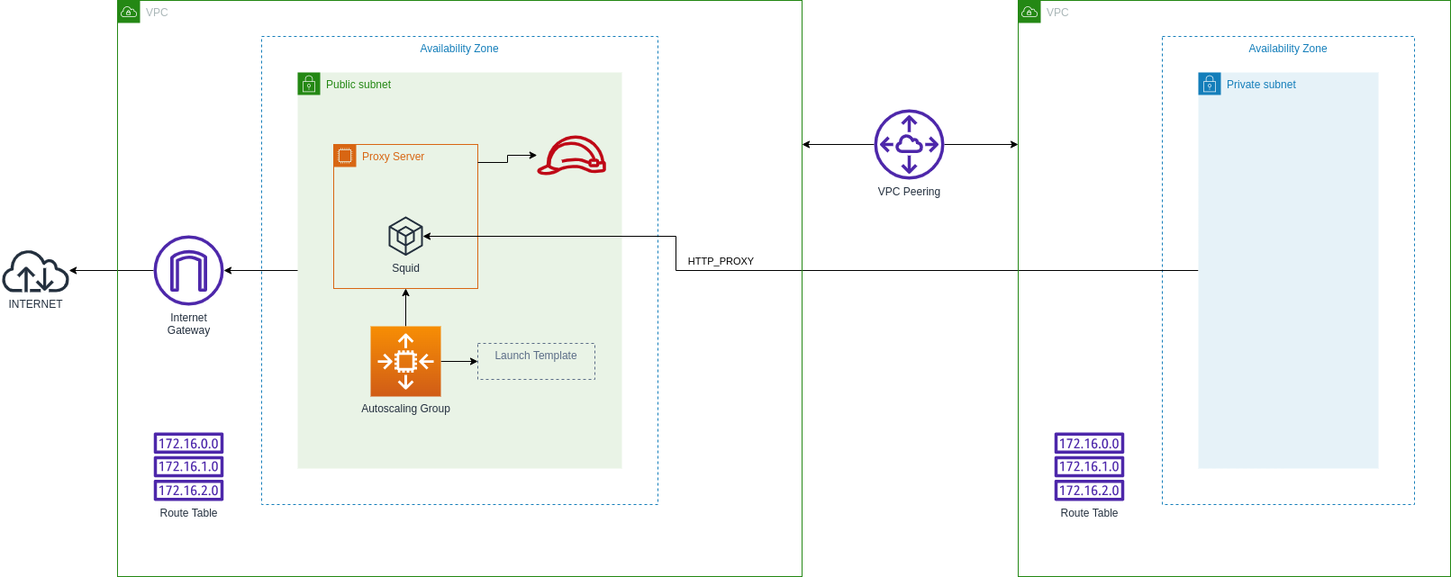
This is images/vpc_design.png from nicc777/exploring-aws-kinesis, a draw.io export, as it was before one commit. Source tidied: cells renumbered, new cells last; positions are measured from the earlier drawing's top-left corner, leaving out a move shared by most shapes. Its diagram source:
```xml
<mxGraphModel>
  <root>
    <mxCell id="0" />
    <mxCell id="1" parent="0" />
    <mxCell id="2" value="Availability Zone" style="fillColor=none;strokeColor=#147EBA;dashed=1;verticalAlign=top;fontStyle=0;fontColor=#147EBA;" parent="1" vertex="1">
      <mxGeometry x="1290" y="40" width="280" height="520" as="geometry" />
    </mxCell>
    <mxCell id="3" value="Security group" style="fillColor=none;strokeColor=#DD3522;verticalAlign=top;fontStyle=0;fontColor=#DD3522;" parent="1" vertex="1">
      <mxGeometry x="350" y="120" width="200" height="220" as="geometry" />
    </mxCell>
    <mxCell id="4" value="Availability Zone" style="fillColor=none;strokeColor=#147EBA;dashed=1;verticalAlign=top;fontStyle=0;fontColor=#147EBA;" parent="1" vertex="1">
      <mxGeometry x="290" y="40" width="440" height="520" as="geometry" />
    </mxCell>
    <mxCell id="5" value="Public subnet" style="points=[[0,0],[0.25,0],[0.5,0],[0.75,0],[1,0],[1,0.25],[1,0.5],[1,0.75],[1,1],[0.75,1],[0.5,1],[0.25,1],[0,1],[0,0.75],[0,0.5],[0,0.25]];outlineConnect=0;gradientColor=none;html=1;whiteSpace=wrap;fontSize=12;fontStyle=0;shape=mxgraph.aws4.group;grIcon=mxgraph.aws4.group_security_group;grStroke=0;strokeColor=#248814;fillColor=#E9F3E6;verticalAlign=top;align=left;spacingLeft=30;fontColor=#248814;dashed=0;" parent="1" vertex="1">
      <mxGeometry x="330" y="80" width="360" height="440" as="geometry" />
    </mxCell>
    <mxCell id="6" value="Proxy Server" style="points=[[0,0],[0.25,0],[0.5,0],[0.75,0],[1,0],[1,0.25],[1,0.5],[1,0.75],[1,1],[0.75,1],[0.5,1],[0.25,1],[0,1],[0,0.75],[0,0.5],[0,0.25]];outlineConnect=0;gradientColor=none;html=1;whiteSpace=wrap;fontSize=12;fontStyle=0;shape=mxgraph.aws4.group;grIcon=mxgraph.aws4.group_ec2_instance_contents;strokeColor=#D86613;fillColor=none;verticalAlign=top;align=left;spacingLeft=30;fontColor=#D86613;dashed=0;" parent="5" vertex="1">
      <mxGeometry x="40" y="80" width="160" height="160" as="geometry" />
    </mxCell>
    <mxCell id="7" value="Squid" style="sketch=0;outlineConnect=0;fontColor=#232F3E;gradientColor=none;fillColor=#232F3D;strokeColor=none;dashed=0;verticalLabelPosition=bottom;verticalAlign=top;align=center;html=1;fontSize=12;fontStyle=0;shape=mxgraph.aws4.external_sdk;" parent="6" vertex="1">
      <mxGeometry x="61" y="80" width="38" height="43.6" as="geometry" />
    </mxCell>
    <mxCell id="8" value="Launch Template" style="fillColor=none;strokeColor=#5A6C86;dashed=1;verticalAlign=top;fontStyle=0;fontColor=#5A6C86;" parent="5" vertex="1">
      <mxGeometry x="200" y="301" width="130" height="40" as="geometry" />
    </mxCell>
    <mxCell id="9" style="edgeStyle=orthogonalEdgeStyle;rounded=0;jettySize=auto;html=1;entryX=0.5;entryY=1;entryDx=0;entryDy=0;" parent="5" edge="1" source="11" target="6">
      <mxGeometry relative="1" as="geometry" />
    </mxCell>
    <mxCell id="10" style="edgeStyle=orthogonalEdgeStyle;rounded=0;jettySize=auto;html=1;entryX=0;entryY=0.5;entryDx=0;entryDy=0;" parent="5" edge="1" source="11" target="8">
      <mxGeometry relative="1" as="geometry" />
    </mxCell>
    <mxCell id="11" value="Autoscaling Group" style="sketch=0;points=[[0,0,0],[0.25,0,0],[0.5,0,0],[0.75,0,0],[1,0,0],[0,1,0],[0.25,1,0],[0.5,1,0],[0.75,1,0],[1,1,0],[0,0.25,0],[0,0.5,0],[0,0.75,0],[1,0.25,0],[1,0.5,0],[1,0.75,0]];outlineConnect=0;fontColor=#232F3E;gradientColor=#F78E04;gradientDirection=north;fillColor=#D05C17;strokeColor=#ffffff;dashed=0;verticalLabelPosition=bottom;verticalAlign=top;align=center;html=1;fontSize=12;fontStyle=0;shape=mxgraph.aws4.resourceIcon;resIcon=mxgraph.aws4.auto_scaling2;" parent="5" vertex="1">
      <mxGeometry x="81" y="282" width="78" height="78" as="geometry" />
    </mxCell>
    <mxCell id="12" style="sketch=0;outlineConnect=0;fontColor=#232F3E;gradientColor=none;fillColor=#BF0816;strokeColor=none;dashed=0;verticalLabelPosition=bottom;verticalAlign=top;align=center;html=1;fontSize=12;fontStyle=0;shape=mxgraph.aws4.role;" parent="5" vertex="1">
      <mxGeometry x="265" y="70" width="78" height="44" as="geometry" />
    </mxCell>
    <mxCell id="13" style="edgeStyle=orthogonalEdgeStyle;rounded=0;jettySize=auto;html=1;" parent="5" edge="1" source="6" target="12">
      <mxGeometry relative="1" as="geometry">
        <Array as="points">
          <mxPoint x="233" y="100" />
          <mxPoint x="233" y="92" />
        </Array>
      </mxGeometry>
    </mxCell>
    <mxCell id="14" style="edgeStyle=orthogonalEdgeStyle;rounded=0;jettySize=auto;html=1;" parent="1" edge="1" source="5" target="21">
      <mxGeometry relative="1" as="geometry" />
    </mxCell>
    <mxCell id="15" value="HTTP_PROXY" style="edgeStyle=orthogonalEdgeStyle;rounded=0;jettySize=auto;html=1;" parent="1" edge="1" source="16" target="7">
      <mxGeometry x="0.18" y="-10" relative="1" as="geometry">
        <Array as="points">
          <mxPoint x="750" y="300" />
          <mxPoint x="750" y="262" />
        </Array>
      </mxGeometry>
    </mxCell>
    <mxCell id="16" value="Private subnet" style="points=[[0,0],[0.25,0],[0.5,0],[0.75,0],[1,0],[1,0.25],[1,0.5],[1,0.75],[1,1],[0.75,1],[0.5,1],[0.25,1],[0,1],[0,0.75],[0,0.5],[0,0.25]];outlineConnect=0;gradientColor=none;html=1;whiteSpace=wrap;fontSize=12;fontStyle=0;shape=mxgraph.aws4.group;grIcon=mxgraph.aws4.group_security_group;grStroke=0;strokeColor=#147EBA;fillColor=#E6F2F8;verticalAlign=top;align=left;spacingLeft=30;fontColor=#147EBA;dashed=0;" parent="1" vertex="1">
      <mxGeometry x="1330" y="80" width="200" height="440" as="geometry" />
    </mxCell>
    <mxCell id="17" style="edgeStyle=orthogonalEdgeStyle;rounded=0;jettySize=auto;html=1;entryX=1;entryY=0.25;entryDx=0;entryDy=0;" parent="1" edge="1" source="19" target="25">
      <mxGeometry relative="1" as="geometry" />
    </mxCell>
    <mxCell id="18" style="edgeStyle=orthogonalEdgeStyle;rounded=0;jettySize=auto;html=1;entryX=0;entryY=0.25;entryDx=0;entryDy=0;" parent="1" edge="1" source="19" target="26">
      <mxGeometry relative="1" as="geometry" />
    </mxCell>
    <mxCell id="19" value="VPC Peering" style="sketch=0;outlineConnect=0;fontColor=#232F3E;gradientColor=none;fillColor=#4D27AA;strokeColor=none;dashed=0;verticalLabelPosition=bottom;verticalAlign=top;align=center;html=1;fontSize=12;fontStyle=0;shape=mxgraph.aws4.peering;" parent="1" vertex="1">
      <mxGeometry x="970" y="121" width="78" height="78" as="geometry" />
    </mxCell>
    <mxCell id="20" style="edgeStyle=orthogonalEdgeStyle;rounded=0;jettySize=auto;html=1;" parent="1" edge="1" source="21" target="24">
      <mxGeometry relative="1" as="geometry" />
    </mxCell>
    <mxCell id="21" value="Internet&lt;br&gt;Gateway" style="sketch=0;outlineConnect=0;fontColor=#232F3E;gradientColor=none;fillColor=#4D27AA;strokeColor=none;dashed=0;verticalLabelPosition=bottom;verticalAlign=top;align=center;html=1;fontSize=12;fontStyle=0;shape=mxgraph.aws4.internet_gateway;" parent="1" vertex="1">
      <mxGeometry x="170" y="261" width="78" height="78" as="geometry" />
    </mxCell>
    <mxCell id="22" value="Route Table" style="sketch=0;fontColor=#232F3E;gradientColor=none;fillColor=#4D27AA;strokeColor=none;dashed=0;verticalLabelPosition=bottom;verticalAlign=top;align=center;html=1;fontSize=12;fontStyle=0;shape=mxgraph.aws4.route_table;" parent="1" vertex="1">
      <mxGeometry x="170" y="480" width="78" height="76" as="geometry" />
    </mxCell>
    <mxCell id="23" value="Route Table" style="sketch=0;fontColor=#232F3E;gradientColor=none;fillColor=#4D27AA;strokeColor=none;dashed=0;verticalLabelPosition=bottom;verticalAlign=top;align=center;html=1;fontSize=12;fontStyle=0;shape=mxgraph.aws4.route_table;" parent="1" vertex="1">
      <mxGeometry x="1170" y="480" width="78" height="76" as="geometry" />
    </mxCell>
    <mxCell id="24" value="INTERNET" style="sketch=0;outlineConnect=0;fontColor=#232F3E;gradientColor=none;fillColor=#232F3D;strokeColor=none;dashed=0;verticalLabelPosition=bottom;verticalAlign=top;align=center;html=1;fontSize=12;fontStyle=0;shape=mxgraph.aws4.internet;" parent="1" vertex="1">
      <mxGeometry y="276" width="78" height="48" as="geometry" />
    </mxCell>
    <mxCell id="25" value="VPC" style="points=[[0,0],[0.25,0],[0.5,0],[0.75,0],[1,0],[1,0.25],[1,0.5],[1,0.75],[1,1],[0.75,1],[0.5,1],[0.25,1],[0,1],[0,0.75],[0,0.5],[0,0.25]];outlineConnect=0;gradientColor=none;html=1;whiteSpace=wrap;fontSize=12;fontStyle=0;shape=mxgraph.aws4.group;grIcon=mxgraph.aws4.group_vpc;strokeColor=#248814;fillColor=none;verticalAlign=top;align=left;spacingLeft=30;fontColor=#AAB7B8;dashed=0;" parent="1" vertex="1">
      <mxGeometry x="130" width="760" height="640" as="geometry" />
    </mxCell>
    <mxCell id="26" value="VPC" style="points=[[0,0],[0.25,0],[0.5,0],[0.75,0],[1,0],[1,0.25],[1,0.5],[1,0.75],[1,1],[0.75,1],[0.5,1],[0.25,1],[0,1],[0,0.75],[0,0.5],[0,0.25]];outlineConnect=0;gradientColor=none;html=1;whiteSpace=wrap;fontSize=12;fontStyle=0;shape=mxgraph.aws4.group;grIcon=mxgraph.aws4.group_vpc;strokeColor=#248814;fillColor=none;verticalAlign=top;align=left;spacingLeft=30;fontColor=#AAB7B8;dashed=0;" parent="1" vertex="1">
      <mxGeometry x="1130" width="480" height="640" as="geometry" />
    </mxCell>
  </root>
</mxGraphModel>
```
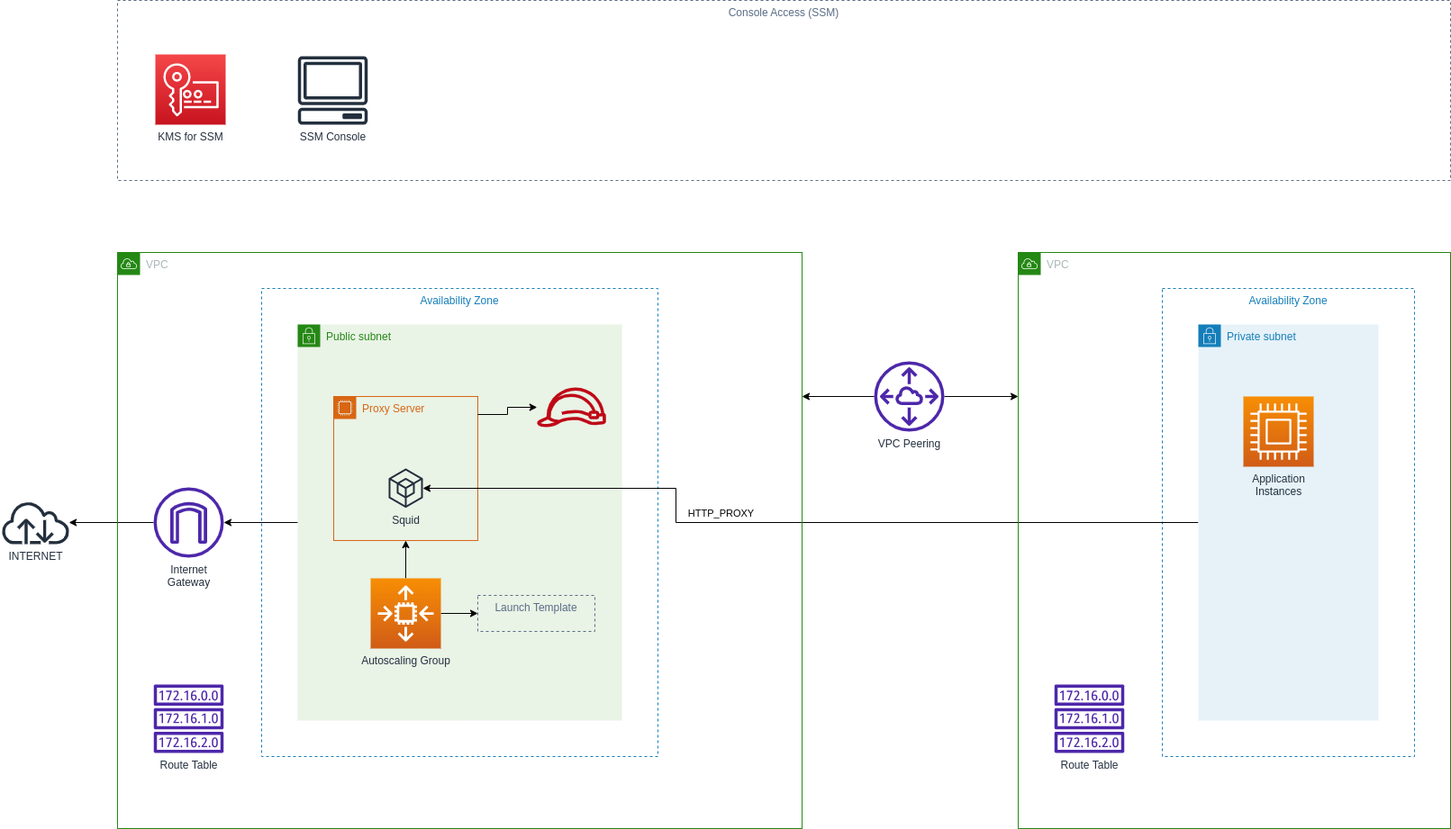
The same diagram one commit later.

Commit message:
doc: lab3 - updated diagrams to reflect SSM access for EC2 Instances

Change to the diagram source:
```diff
@@ -87,5 +87,17 @@
     <mxCell id="26" value="VPC" style="points=[[0,0],[0.25,0],[0.5,0],[0.75,0],[1,0],[1,0.25],[1,0.5],[1,0.75],[1,1],[0.75,1],[0.5,1],[0.25,1],[0,1],[0,0.75],[0,0.5],[0,0.25]];outlineConnect=0;gradientColor=none;html=1;whiteSpace=wrap;fontSize=12;fontStyle=0;shape=mxgraph.aws4.group;grIcon=mxgraph.aws4.group_vpc;strokeColor=#248814;fillColor=none;verticalAlign=top;align=left;spacingLeft=30;fontColor=#AAB7B8;dashed=0;" parent="1" vertex="1">
       <mxGeometry x="1130" width="480" height="640" as="geometry" />
     </mxCell>
+    <mxCell id="27" value="KMS for SSM" style="sketch=0;fontColor=#232F3E;gradientColor=#F54749;gradientDirection=north;fillColor=#C7131F;strokeColor=#ffffff;dashed=0;verticalLabelPosition=bottom;verticalAlign=top;align=center;html=1;fontSize=12;fontStyle=0;shape=mxgraph.aws4.resourceIcon;resIcon=mxgraph.aws4.key_management_service;" parent="1" vertex="1">
+      <mxGeometry x="172" y="-220" width="78" height="78" as="geometry" />
+    </mxCell>
+    <mxCell id="28" value="SSM Console" style="sketch=0;fontColor=#232F3E;gradientColor=none;fillColor=#232F3D;strokeColor=none;dashed=0;verticalLabelPosition=bottom;verticalAlign=top;align=center;html=1;fontSize=12;fontStyle=0;shape=mxgraph.aws4.client;" parent="1" vertex="1">
+      <mxGeometry x="330" y="-218" width="78" height="76" as="geometry" />
+    </mxCell>
+    <mxCell id="29" value="Console Access (SSM)" style="fillColor=none;strokeColor=#5A6C86;dashed=1;verticalAlign=top;fontStyle=0;fontColor=#5A6C86;" parent="1" vertex="1">
+      <mxGeometry x="130" y="-280" width="1480" height="200" as="geometry" />
+    </mxCell>
+    <mxCell id="30" value="Application&lt;br&gt;Instances" style="sketch=0;fontColor=#232F3E;gradientColor=#F78E04;gradientDirection=north;fillColor=#D05C17;strokeColor=#ffffff;dashed=0;verticalLabelPosition=bottom;verticalAlign=top;align=center;html=1;fontSize=12;fontStyle=0;shape=mxgraph.aws4.resourceIcon;resIcon=mxgraph.aws4.compute;" parent="1" vertex="1">
+      <mxGeometry x="1380" y="160" width="78" height="78" as="geometry" />
+    </mxCell>
   </root>
 </mxGraphModel>
```
